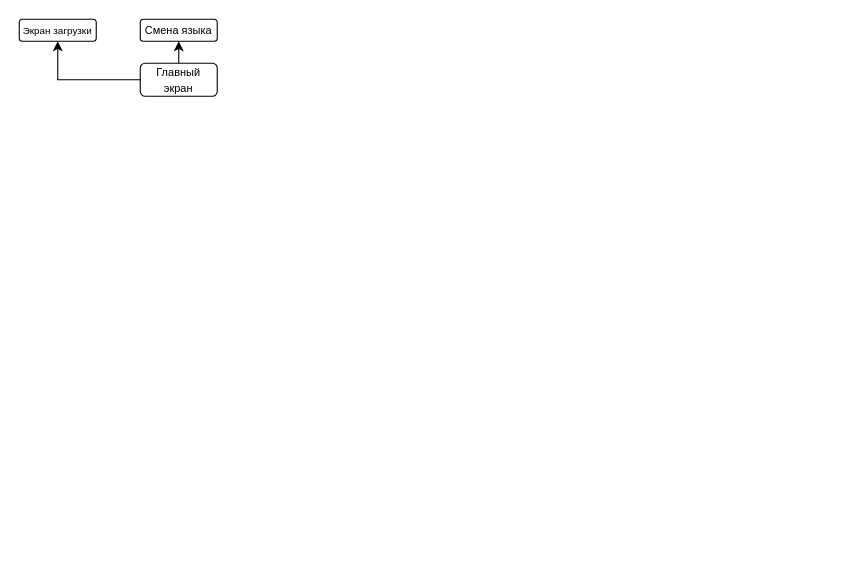
Miffurin/Mirea_TRPP keeps this draw.io diagram as Диаграмма без названия.drawio. Above is the earlier version. Source tidied: cells renumbered, new cells numbered last; positions are measured from the earlier drawing's top-left corner, leaving out a move shared by most shapes. Both pictures are drawn from the tidied source at 110%, with x=0, y=0 at pixel (19, 19).
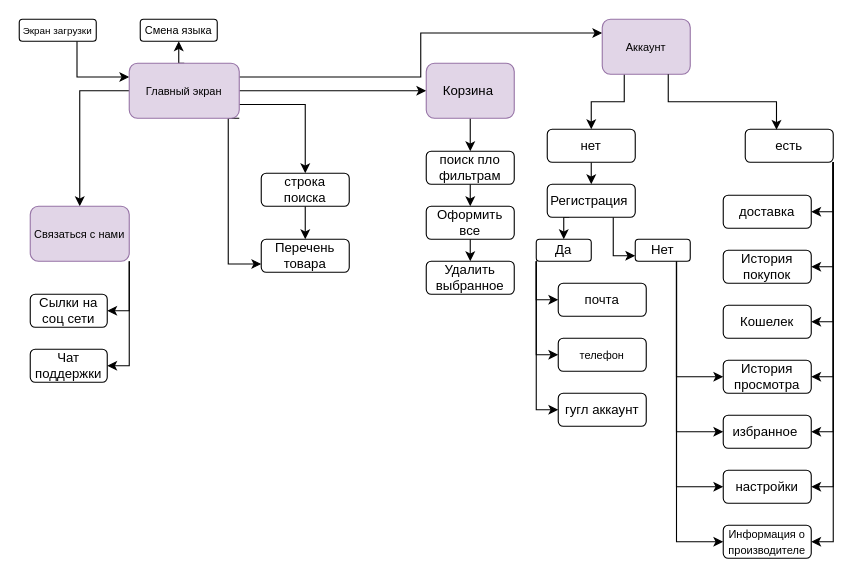
The same page after the edit.

The change refers to these unchanged cells:
```xml
<mxCell id="2" value="&lt;font style=&quot;font-size: 9px;&quot;&gt;Экран загрузки&lt;/font&gt;" style="rounded=1;whiteSpace=wrap;html=1;" parent="1" vertex="1">
  <mxGeometry width="70" height="20" as="geometry" />
</mxCell>
```

The edit, as a diff of the source:
```diff
@@
+    <mxCell id="7" style="edgeStyle=orthogonalEdgeStyle;rounded=0;jettySize=auto;html=1;exitX=0.75;exitY=1;exitDx=0;exitDy=0;entryX=0;entryY=0.25;entryDx=0;entryDy=0;" parent="1" edge="1" source="2" target="5">
+      <mxGeometry relative="1" as="geometry" />
+    </mxCell>
@@
-    <mxCell id="3" style="edgeStyle=orthogonalEdgeStyle;rounded=0;jettySize=auto;html=1;exitX=0;exitY=0.5;exitDx=0;exitDy=0;entryX=0.5;entryY=1;entryDx=0;entryDy=0;" parent="1" edge="1" source="5" target="2">
-      <mxGeometry relative="1" as="geometry" />
-    </mxCell>
@@
+    <mxCell id="8" style="edgeStyle=orthogonalEdgeStyle;rounded=0;jettySize=auto;html=1;exitX=0;exitY=0.5;exitDx=0;exitDy=0;" parent="1" edge="1" source="5" target="15">
+      <mxGeometry relative="1" as="geometry" />
+    </mxCell>
+    <mxCell id="9" style="edgeStyle=orthogonalEdgeStyle;rounded=0;jettySize=auto;html=1;exitX=1;exitY=0.75;exitDx=0;exitDy=0;entryX=0.5;entryY=0;entryDx=0;entryDy=0;" parent="1" edge="1" source="5" target="43">
+      <mxGeometry relative="1" as="geometry" />
+    </mxCell>
+    <mxCell id="10" style="edgeStyle=orthogonalEdgeStyle;rounded=0;jettySize=auto;html=1;exitX=1;exitY=1;exitDx=0;exitDy=0;entryX=0;entryY=0.75;entryDx=0;entryDy=0;" parent="1" edge="1" source="5" target="49">
+      <mxGeometry relative="1" as="geometry">
+        <Array as="points">
+          <mxPoint x="190" y="90" />
+          <mxPoint x="190" y="223" />
+        </Array>
+      </mxGeometry>
+    </mxCell>
+    <mxCell id="11" style="edgeStyle=orthogonalEdgeStyle;rounded=0;jettySize=auto;html=1;exitX=1;exitY=0.5;exitDx=0;exitDy=0;entryX=0;entryY=0.5;entryDx=0;entryDy=0;" parent="1" edge="1" source="5" target="41">
+      <mxGeometry relative="1" as="geometry" />
+    </mxCell>
+    <mxCell id="12" style="edgeStyle=orthogonalEdgeStyle;rounded=0;jettySize=auto;html=1;exitX=1;exitY=0.25;exitDx=0;exitDy=0;entryX=0;entryY=0.25;entryDx=0;entryDy=0;" parent="1" edge="1" source="5" target="17">
+      <mxGeometry relative="1" as="geometry" />
+    </mxCell>
-    <mxCell id="5" value="&lt;font size=&quot;1&quot;&gt;Главный экран&lt;/font&gt;" style="rounded=1;whiteSpace=wrap;html=1;" parent="1" vertex="1">
-      <mxGeometry x="110" y="40" width="70" height="30" as="geometry" />
+    <mxCell id="5" value="&lt;font size=&quot;1&quot;&gt;Главный экран&lt;/font&gt;" style="rounded=1;whiteSpace=wrap;html=1;fillColor=#e1d5e7;strokeColor=#9673a6;" parent="1" vertex="1">
+      <mxGeometry x="100" y="40" width="100" height="50" as="geometry" />
     </mxCell>
@@
+    <mxCell id="13" style="edgeStyle=orthogonalEdgeStyle;rounded=0;jettySize=auto;html=1;exitX=1;exitY=1;exitDx=0;exitDy=0;entryX=1;entryY=0.5;entryDx=0;entryDy=0;" parent="1" edge="1" source="15" target="60">
+      <mxGeometry relative="1" as="geometry" />
+    </mxCell>
+    <mxCell id="14" style="edgeStyle=orthogonalEdgeStyle;rounded=0;jettySize=auto;html=1;exitX=1;exitY=1;exitDx=0;exitDy=0;entryX=1;entryY=0.5;entryDx=0;entryDy=0;" parent="1" edge="1" source="15" target="61">
+      <mxGeometry relative="1" as="geometry" />
+    </mxCell>
+    <mxCell id="15" value="&lt;font size=&quot;1&quot;&gt;Связаться с нами&lt;/font&gt;" style="rounded=1;whiteSpace=wrap;html=1;fillColor=#e1d5e7;strokeColor=#9673a6;" parent="1" vertex="1">
+      <mxGeometry x="10" y="170" width="90" height="50" as="geometry" />
+    </mxCell>
+    <mxCell id="16" style="edgeStyle=orthogonalEdgeStyle;rounded=0;jettySize=auto;html=1;exitX=0.25;exitY=1;exitDx=0;exitDy=0;entryX=0.5;entryY=0;entryDx=0;entryDy=0;" parent="1" edge="1" source="17" target="31">
+      <mxGeometry relative="1" as="geometry" />
+    </mxCell>
+    <mxCell id="17" value="&lt;font size=&quot;1&quot;&gt;Аккаунт&lt;/font&gt;" style="rounded=1;whiteSpace=wrap;html=1;fillColor=#e1d5e7;strokeColor=#9673a6;" parent="1" vertex="1">
+      <mxGeometry x="530" width="80" height="50" as="geometry" />
+    </mxCell>
+    <mxCell id="18" style="edgeStyle=orthogonalEdgeStyle;rounded=0;jettySize=auto;html=1;exitX=0.25;exitY=1;exitDx=0;exitDy=0;entryX=0.5;entryY=0;entryDx=0;entryDy=0;" parent="1" edge="1" source="20" target="54">
+      <mxGeometry relative="1" as="geometry" />
+    </mxCell>
+    <mxCell id="19" style="edgeStyle=orthogonalEdgeStyle;rounded=0;jettySize=auto;html=1;exitX=0.75;exitY=1;exitDx=0;exitDy=0;entryX=0;entryY=0.75;entryDx=0;entryDy=0;" parent="1" edge="1" source="20" target="59">
+      <mxGeometry relative="1" as="geometry" />
+    </mxCell>
+    <mxCell id="20" value="Регистрация&amp;nbsp;" style="rounded=1;whiteSpace=wrap;html=1;" parent="1" vertex="1">
+      <mxGeometry x="480" y="150" width="80" height="30" as="geometry" />
+    </mxCell>
+    <mxCell id="21" value="почта" style="rounded=1;whiteSpace=wrap;html=1;" parent="1" vertex="1">
+      <mxGeometry x="490" y="240" width="80" height="30" as="geometry" />
+    </mxCell>
+    <mxCell id="22" value="&lt;font size=&quot;1&quot;&gt;телефон&lt;/font&gt;" style="rounded=1;whiteSpace=wrap;html=1;" parent="1" vertex="1">
+      <mxGeometry x="490" y="290" width="80" height="30" as="geometry" />
+    </mxCell>
+    <mxCell id="23" value="гугл аккаунт" style="rounded=1;whiteSpace=wrap;html=1;" parent="1" vertex="1">
+      <mxGeometry x="490" y="340" width="80" height="30" as="geometry" />
+    </mxCell>
+    <mxCell id="24" value="Кошелек" style="rounded=1;whiteSpace=wrap;html=1;" parent="1" vertex="1">
+      <mxGeometry x="640" y="260" width="80" height="30" as="geometry" />
+    </mxCell>
+    <mxCell id="25" value="доставка" style="rounded=1;whiteSpace=wrap;html=1;" parent="1" vertex="1">
+      <mxGeometry x="640" y="160" width="80" height="30" as="geometry" />
+    </mxCell>
+    <mxCell id="26" value="настройки" style="rounded=1;whiteSpace=wrap;html=1;" parent="1" vertex="1">
+      <mxGeometry x="640" y="410" width="80" height="30" as="geometry" />
+    </mxCell>
+    <mxCell id="27" value="История просмотра" style="rounded=1;whiteSpace=wrap;html=1;" parent="1" vertex="1">
+      <mxGeometry x="640" y="310" width="80" height="30" as="geometry" />
+    </mxCell>
+    <mxCell id="28" value="избранное&amp;nbsp;" style="rounded=1;whiteSpace=wrap;html=1;" parent="1" vertex="1">
+      <mxGeometry x="640" y="360" width="80" height="30" as="geometry" />
+    </mxCell>
+    <mxCell id="29" value="История покупок" style="rounded=1;whiteSpace=wrap;html=1;" parent="1" vertex="1">
+      <mxGeometry x="640" y="210" width="80" height="30" as="geometry" />
+    </mxCell>
+    <mxCell id="30" style="edgeStyle=orthogonalEdgeStyle;rounded=0;jettySize=auto;html=1;exitX=0.5;exitY=1;exitDx=0;exitDy=0;entryX=0.5;entryY=0;entryDx=0;entryDy=0;" parent="1" edge="1" source="31" target="20">
+      <mxGeometry relative="1" as="geometry" />
+    </mxCell>
+    <mxCell id="31" value="нет" style="rounded=1;whiteSpace=wrap;html=1;" parent="1" vertex="1">
+      <mxGeometry x="480" y="100" width="80" height="30" as="geometry" />
+    </mxCell>
+    <mxCell id="32" style="edgeStyle=orthogonalEdgeStyle;rounded=0;jettySize=auto;html=1;exitX=1;exitY=1;exitDx=0;exitDy=0;entryX=1;entryY=0.5;entryDx=0;entryDy=0;" parent="1" edge="1" source="39" target="25">
+      <mxGeometry relative="1" as="geometry" />
+    </mxCell>
+    <mxCell id="33" style="edgeStyle=orthogonalEdgeStyle;rounded=0;jettySize=auto;html=1;exitX=1;exitY=1;exitDx=0;exitDy=0;entryX=1;entryY=0.5;entryDx=0;entryDy=0;" parent="1" edge="1" source="39" target="29">
+      <mxGeometry relative="1" as="geometry" />
+    </mxCell>
+    <mxCell id="34" style="edgeStyle=orthogonalEdgeStyle;rounded=0;jettySize=auto;html=1;exitX=1;exitY=1;exitDx=0;exitDy=0;entryX=1;entryY=0.5;entryDx=0;entryDy=0;" parent="1" edge="1" source="39" target="28">
+      <mxGeometry relative="1" as="geometry" />
+    </mxCell>
+    <mxCell id="35" style="edgeStyle=orthogonalEdgeStyle;rounded=0;jettySize=auto;html=1;exitX=1;exitY=1;exitDx=0;exitDy=0;entryX=1;entryY=0.5;entryDx=0;entryDy=0;" parent="1" edge="1" source="39" target="27">
+      <mxGeometry relative="1" as="geometry" />
+    </mxCell>
+    <mxCell id="36" style="edgeStyle=orthogonalEdgeStyle;rounded=0;jettySize=auto;html=1;exitX=1;exitY=1;exitDx=0;exitDy=0;entryX=1;entryY=0.5;entryDx=0;entryDy=0;" parent="1" edge="1" source="39" target="24">
+      <mxGeometry relative="1" as="geometry" />
+    </mxCell>
+    <mxCell id="37" style="edgeStyle=orthogonalEdgeStyle;rounded=0;jettySize=auto;html=1;exitX=1;exitY=1;exitDx=0;exitDy=0;entryX=1;entryY=0.5;entryDx=0;entryDy=0;" parent="1" edge="1" source="39" target="26">
+      <mxGeometry relative="1" as="geometry" />
+    </mxCell>
+    <mxCell id="38" style="edgeStyle=orthogonalEdgeStyle;rounded=0;jettySize=auto;html=1;exitX=1;exitY=1;exitDx=0;exitDy=0;entryX=1;entryY=0.5;entryDx=0;entryDy=0;" parent="1" edge="1" source="39" target="62">
+      <mxGeometry relative="1" as="geometry" />
+    </mxCell>
+    <mxCell id="39" value="есть" style="rounded=1;whiteSpace=wrap;html=1;" parent="1" vertex="1">
+      <mxGeometry x="660" y="100" width="80" height="30" as="geometry" />
+    </mxCell>
+    <mxCell id="40" style="edgeStyle=orthogonalEdgeStyle;rounded=0;jettySize=auto;html=1;exitX=0.5;exitY=1;exitDx=0;exitDy=0;entryX=0.5;entryY=0;entryDx=0;entryDy=0;" parent="1" edge="1" source="41" target="45">
+      <mxGeometry relative="1" as="geometry" />
+    </mxCell>
+    <mxCell id="41" value="Корзина&amp;nbsp;" style="rounded=1;whiteSpace=wrap;html=1;fillColor=#e1d5e7;strokeColor=#9673a6;" parent="1" vertex="1">
+      <mxGeometry x="370" y="40" width="80" height="50" as="geometry" />
+    </mxCell>
+    <mxCell id="42" style="edgeStyle=orthogonalEdgeStyle;rounded=0;jettySize=auto;html=1;exitX=0.5;exitY=1;exitDx=0;exitDy=0;" parent="1" edge="1" source="43" target="49">
+      <mxGeometry relative="1" as="geometry" />
+    </mxCell>
+    <mxCell id="43" value="строка поиска" style="rounded=1;whiteSpace=wrap;html=1;" parent="1" vertex="1">
+      <mxGeometry x="220" y="140" width="80" height="30" as="geometry" />
+    </mxCell>
+    <mxCell id="44" style="edgeStyle=orthogonalEdgeStyle;rounded=0;jettySize=auto;html=1;exitX=0.5;exitY=1;exitDx=0;exitDy=0;entryX=0.5;entryY=0;entryDx=0;entryDy=0;" parent="1" edge="1" source="45" target="47">
+      <mxGeometry relative="1" as="geometry" />
+    </mxCell>
+    <mxCell id="45" value="поиск пло фильтрам" style="rounded=1;whiteSpace=wrap;html=1;" parent="1" vertex="1">
+      <mxGeometry x="370" y="120" width="80" height="30" as="geometry" />
+    </mxCell>
+    <mxCell id="46" style="edgeStyle=orthogonalEdgeStyle;rounded=0;jettySize=auto;html=1;exitX=0.5;exitY=1;exitDx=0;exitDy=0;entryX=0.5;entryY=0;entryDx=0;entryDy=0;" parent="1" edge="1" source="47" target="48">
+      <mxGeometry relative="1" as="geometry" />
+    </mxCell>
+    <mxCell id="47" value="Оформить все" style="rounded=1;whiteSpace=wrap;html=1;" parent="1" vertex="1">
+      <mxGeometry x="370" y="170" width="80" height="30" as="geometry" />
+    </mxCell>
+    <mxCell id="48" value="Удалить выбранное" style="rounded=1;whiteSpace=wrap;html=1;" parent="1" vertex="1">
+      <mxGeometry x="370" y="220" width="80" height="30" as="geometry" />
+    </mxCell>
+    <mxCell id="49" value="Перечень товара" style="rounded=1;whiteSpace=wrap;html=1;" parent="1" vertex="1">
+      <mxGeometry x="220" y="200" width="80" height="30" as="geometry" />
+    </mxCell>
+    <mxCell id="50" style="edgeStyle=orthogonalEdgeStyle;rounded=0;jettySize=auto;html=1;exitX=0.75;exitY=1;exitDx=0;exitDy=0;entryX=0.355;entryY=0.017;entryDx=0;entryDy=0;entryPerimeter=0;" parent="1" edge="1" source="17" target="39">
+      <mxGeometry relative="1" as="geometry" />
+    </mxCell>
+    <mxCell id="51" style="edgeStyle=orthogonalEdgeStyle;rounded=0;jettySize=auto;html=1;exitX=0;exitY=1;exitDx=0;exitDy=0;entryX=0;entryY=0.5;entryDx=0;entryDy=0;" parent="1" edge="1" source="54" target="23">
+      <mxGeometry relative="1" as="geometry" />
+    </mxCell>
+    <mxCell id="52" style="edgeStyle=orthogonalEdgeStyle;rounded=0;jettySize=auto;html=1;exitX=0;exitY=1;exitDx=0;exitDy=0;entryX=0;entryY=0.5;entryDx=0;entryDy=0;" parent="1" edge="1" source="54" target="21">
+      <mxGeometry relative="1" as="geometry" />
+    </mxCell>
+    <mxCell id="53" style="edgeStyle=orthogonalEdgeStyle;rounded=0;jettySize=auto;html=1;exitX=0;exitY=1;exitDx=0;exitDy=0;entryX=0;entryY=0.5;entryDx=0;entryDy=0;" parent="1" edge="1" source="54" target="22">
+      <mxGeometry relative="1" as="geometry" />
+    </mxCell>
+    <mxCell id="54" value="Да" style="rounded=1;whiteSpace=wrap;html=1;" parent="1" vertex="1">
+      <mxGeometry x="470" y="200" width="50" height="20" as="geometry" />
+    </mxCell>
+    <mxCell id="55" style="edgeStyle=orthogonalEdgeStyle;rounded=0;jettySize=auto;html=1;exitX=0.75;exitY=1;exitDx=0;exitDy=0;entryX=0;entryY=0.5;entryDx=0;entryDy=0;" parent="1" edge="1" source="59" target="28">
+      <mxGeometry relative="1" as="geometry" />
+    </mxCell>
+    <mxCell id="56" style="edgeStyle=orthogonalEdgeStyle;rounded=0;jettySize=auto;html=1;exitX=0.75;exitY=1;exitDx=0;exitDy=0;entryX=0;entryY=0.5;entryDx=0;entryDy=0;" parent="1" edge="1" source="59" target="27">
+      <mxGeometry relative="1" as="geometry" />
+    </mxCell>
+    <mxCell id="57" style="edgeStyle=orthogonalEdgeStyle;rounded=0;jettySize=auto;html=1;exitX=0.75;exitY=1;exitDx=0;exitDy=0;entryX=0;entryY=0.5;entryDx=0;entryDy=0;" parent="1" edge="1" source="59" target="26">
+      <mxGeometry relative="1" as="geometry" />
+    </mxCell>
+    <mxCell id="58" style="edgeStyle=orthogonalEdgeStyle;rounded=0;jettySize=auto;html=1;exitX=0.75;exitY=1;exitDx=0;exitDy=0;entryX=0;entryY=0.5;entryDx=0;entryDy=0;" parent="1" edge="1" source="59" target="62">
+      <mxGeometry relative="1" as="geometry" />
+    </mxCell>
+    <mxCell id="59" value="Нет" style="rounded=1;whiteSpace=wrap;html=1;" parent="1" vertex="1">
+      <mxGeometry x="560" y="200" width="50" height="20" as="geometry" />
+    </mxCell>
+    <mxCell id="60" value="Сылки на соц сети" style="rounded=1;whiteSpace=wrap;html=1;" parent="1" vertex="1">
+      <mxGeometry x="10" y="250" width="70" height="30" as="geometry" />
+    </mxCell>
+    <mxCell id="61" value="Чат поддержки" style="rounded=1;whiteSpace=wrap;html=1;" parent="1" vertex="1">
+      <mxGeometry x="10" y="300" width="70" height="30" as="geometry" />
+    </mxCell>
+    <mxCell id="62" value="&lt;font size=&quot;1&quot;&gt;Информация о производителе&lt;/font&gt;" style="rounded=1;whiteSpace=wrap;html=1;" parent="1" vertex="1">
+      <mxGeometry x="640" y="460" width="80" height="30" as="geometry" />
+    </mxCell>
```
